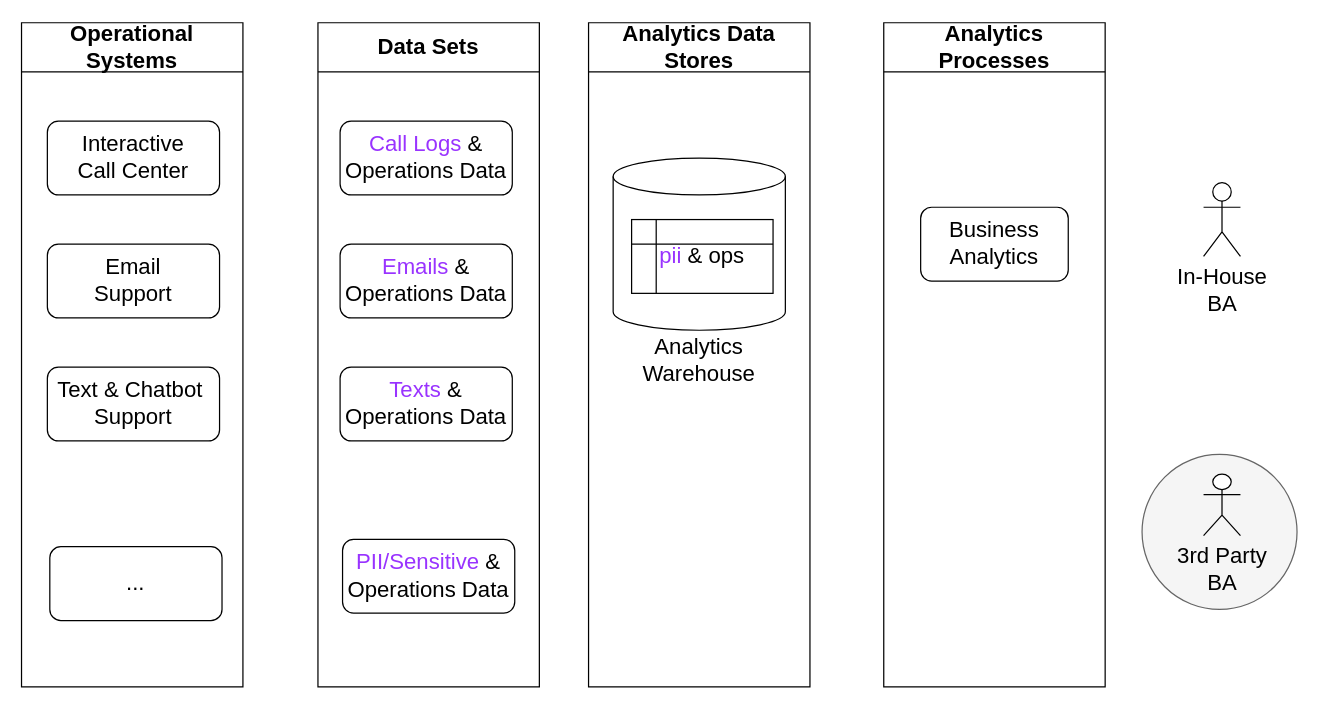
fotoby/ab3 keeps this draw.io diagram as page "Current State" (3 of 12) of AB2 - early draft.drawio. Above is the earlier version. Source tidied: cells renumbered, new cells numbered last; positions are measured from the earlier drawing's top-left corner, leaving out a move shared by most shapes. Both pictures are drawn from the tidied source at 123%, with x=0, y=0 at pixel (21, 22).
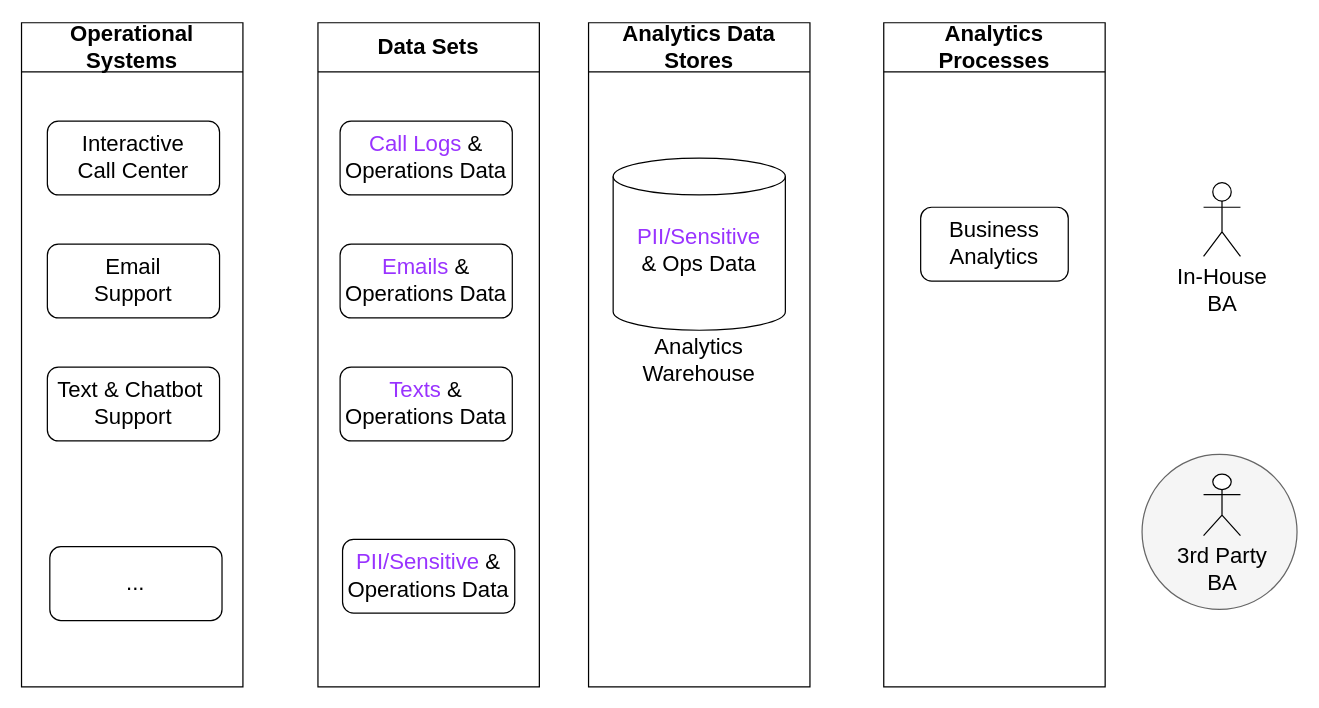
After the change.

Unchanged cells that the change refers to:
```xml
<mxCell id="8" value="Analytics Data Stores" style="swimlane;whiteSpace=wrap;html=1;shadow=0;strokeColor=default;fontSize=18;startSize=40;" parent="1" vertex="1">
  <mxGeometry x="461" width="180" height="540" as="geometry" />
</mxCell>
```

What changed in the source:
```diff
@@
-    <mxCell id="10" value="&lt;font color=&quot;#9933ff&quot;&gt;pii&lt;/font&gt; &amp;amp; ops" style="shape=internalStorage;whiteSpace=wrap;html=1;backgroundOutline=1;shadow=0;labelBorderColor=none;strokeColor=default;fontSize=18;fontColor=#000000;" parent="8" vertex="1">
-      <mxGeometry x="35" y="160" width="115" height="60" as="geometry" />
-    </mxCell>
+    <mxCell id="21" value="&lt;font color=&quot;#9933ff&quot;&gt;PII/Sensitive&lt;br&gt;&lt;/font&gt;&amp;amp; Ops Data" style="text;html=1;strokeColor=none;fillColor=none;align=center;verticalAlign=middle;whiteSpace=wrap;rounded=0;shadow=0;labelBorderColor=none;fontSize=18;fontColor=#000000;" parent="8" vertex="1">
+      <mxGeometry x="20" y="170" width="140" height="30" as="geometry" />
+    </mxCell>
```
